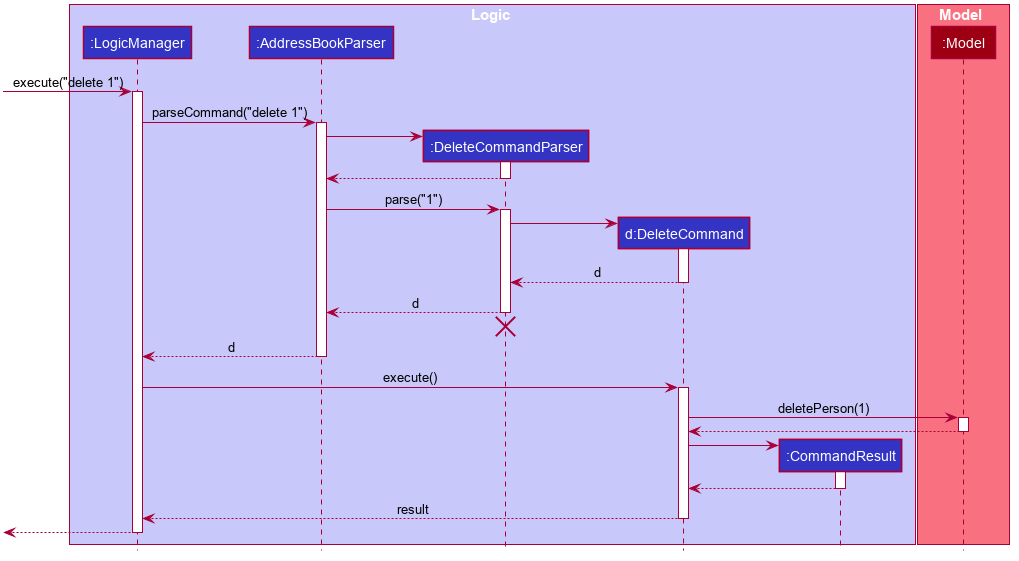
This is docs/images/DeleteSequenceDiagram.png from ruoyann/tp, a PlantUML export, as it was before one commit.
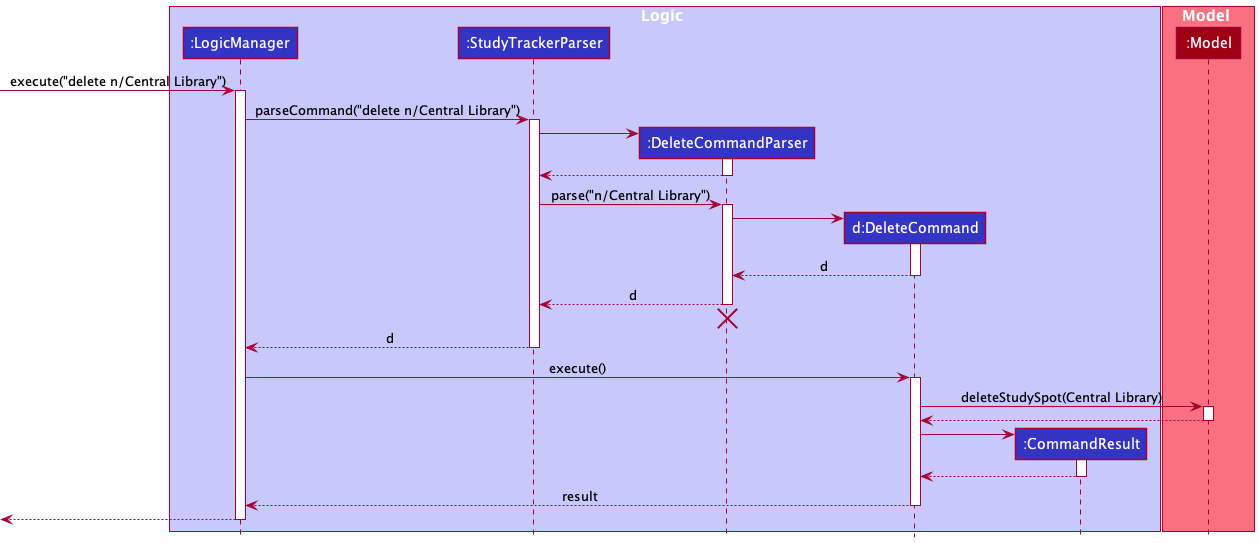
Above is the later version.

Commit message:
Replace Delete Sequence Diagram PNG

What changed in the source:
```diff
@@ -1,79 +1,32 @@
 @startuml
+!include style.puml
 
-
-
-
-
-
-
-
-skinparam BackgroundColor #FFFFFFF
-
-skinparam Shadowing false
-
-skinparam Class {
-    FontColor #FFFFFF
-    BorderThickness 1
-    BorderColor #FFFFFF
-    StereotypeFontColor #FFFFFF
-    FontName Arial
-}
-
-skinparam Actor {
-    BorderColor #000000
-    Color #000000
-    FontName Arial
-}
-
-skinparam Sequence {
-    MessageAlign center
-    BoxFontSize 15
-    BoxPadding 0
-    BoxFontColor #FFFFFF
-    FontName Arial
-}
-
-skinparam Participant {
-    FontColor #FFFFFFF
-    Padding 20
-}
-
-skinparam MinClassWidth 50
-skinparam ParticipantPadding 10
-skinparam Shadowing false
-skinparam DefaultTextAlignment center
-skinparam packageStyle Rectangle
-
-hide footbox
-hide members
-hide circle
-
-box Logic #C8C8FA
-participant ":LogicManager" as LogicManager #3333C4
-participant ":AddressBookParser" as AddressBookParser #3333C4
-participant ":DeleteCommandParser" as DeleteCommandParser #3333C4
-participant "d:DeleteCommand" as DeleteCommand #3333C4
-participant ":CommandResult" as CommandResult #3333C4
+box Logic LOGIC_COLOR_T1
+participant ":LogicManager" as LogicManager LOGIC_COLOR
+participant ":StudyTrackerParser" as StudyTrackerParser LOGIC_COLOR
+participant ":DeleteCommandParser" as DeleteCommandParser LOGIC_COLOR
+participant "d:DeleteCommand" as DeleteCommand LOGIC_COLOR
+participant ":CommandResult" as CommandResult LOGIC_COLOR
 end box
 
-box Model #F97181
-participant ":Model" as Model #9D0012
+box Model MODEL_COLOR_T1
+participant ":Model" as Model MODEL_COLOR
 end box
 
-[-> LogicManager : execute("delete 1")
+[-> LogicManager : execute("delete n/Central Library")
 activate LogicManager
 
-LogicManager -> AddressBookParser : parseCommand("delete 1")
-activate AddressBookParser
+LogicManager -> StudyTrackerParser : parseCommand("delete n/Central Library")
+activate StudyTrackerParser
 
 create DeleteCommandParser
-AddressBookParser -> DeleteCommandParser
+StudyTrackerParser -> DeleteCommandParser
 activate DeleteCommandParser
 
-DeleteCommandParser --> AddressBookParser
+DeleteCommandParser --> StudyTrackerParser
 deactivate DeleteCommandParser
 
-AddressBookParser -> DeleteCommandParser : parse("1")
+StudyTrackerParser -> DeleteCommandParser : parse("n/Central Library")
 activate DeleteCommandParser
 
 create DeleteCommand
@@ -83,18 +36,18 @@
 DeleteCommand --> DeleteCommandParser : d
 deactivate DeleteCommand
 
-DeleteCommandParser --> AddressBookParser : d
+DeleteCommandParser --> StudyTrackerParser : d
 deactivate DeleteCommandParser
-DeleteCommandParser -[hidden]-> AddressBookParser
+DeleteCommandParser -[hidden]-> StudyTrackerParser
 destroy DeleteCommandParser
 
-AddressBookParser --> LogicManager : d
-deactivate AddressBookParser
+StudyTrackerParser --> LogicManager : d
+deactivate StudyTrackerParser
 
 LogicManager -> DeleteCommand : execute()
 activate DeleteCommand
 
-DeleteCommand -> Model : deletePerson(1)
+DeleteCommand -> Model : deleteStudySpot(Central Library)
 activate Model
 
 Model --> DeleteCommand
```
